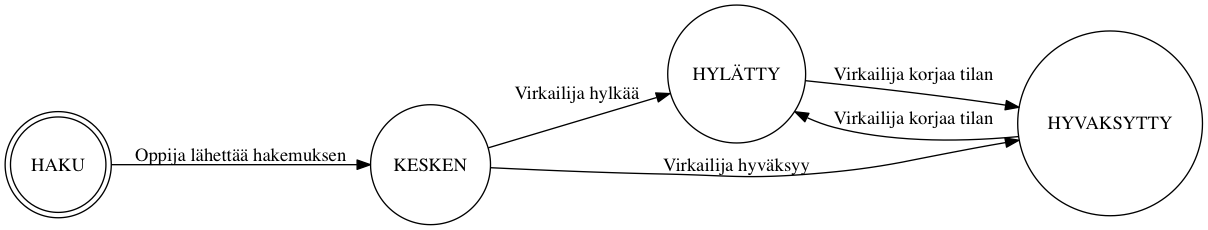
Above: img/lisahaku_valintatila.png in Opetushallitus/dokumentaatio (Graphviz), before the change. Its source is kept beside it as dot/lisahaku_valintatila.dot. Source of this version:
```dot
digraph finite_state_machine {
  rankdir=LR;
  node [shape = circle];
  kesken -> hylatty [label="Virkailija hylkää"];
  kesken -> hyvaksytty [label="Virkailija hyväksyy"];
  hylatty -> hyvaksytty [label="Virkailija korjaa tilan"]
  hyvaksytty -> hylatty [label="Virkailija korjaa tilan"]

  hylatty [label="HYLÄTTY"];
  hyvaksytty [label="HYVAKSYTTY"];
  kesken [label="KESKEN"];
  create -> kesken [label="Oppija lähettää hakemuksen"];
  create [label="HAKU" shape=doublecircle];
}
```
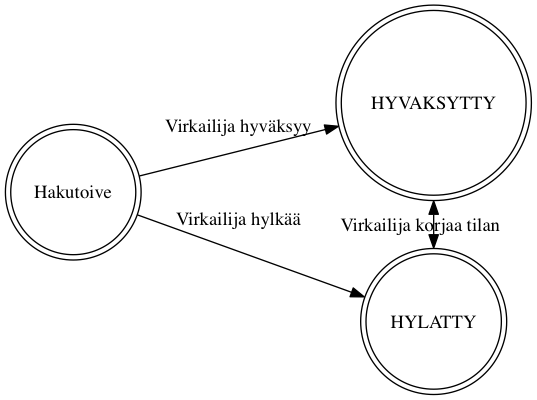
Above is the later version.

Commit message:
Poista KESKEN-tila valintatilan kuvauksesta

What changed in the source:
```diff
@@ -1,14 +1,15 @@
 digraph finite_state_machine {
   rankdir=LR;
   node [shape = circle];
-  kesken -> hylatty [label="Virkailija hylkää"];
-  kesken -> hyvaksytty [label="Virkailija hyväksyy"];
-  hylatty -> hyvaksytty [label="Virkailija korjaa tilan"]
-  hyvaksytty -> hylatty [label="Virkailija korjaa tilan"]
 
-  hylatty [label="HYLÄTTY"];
-  hyvaksytty [label="HYVAKSYTTY"];
-  kesken [label="KESKEN"];
-  create -> kesken [label="Oppija lähettää hakemuksen"];
-  create [label="HAKU" shape=doublecircle];
+  {
+      rank=same
+      HYVAKSYTTY -> HYLATTY [dir=both label="Virkailija korjaa tilan"]
+      HYVAKSYTTY [shape=doublecircle];
+      HYLATTY [shape=doublecircle];
+  }
+
+  Hakutoive -> HYLATTY [label="Virkailija hylkää"]
+  Hakutoive -> HYVAKSYTTY [label="Virkailija hyväksyy"]
+  Hakutoive [shape=doublecircle];
 }
```
